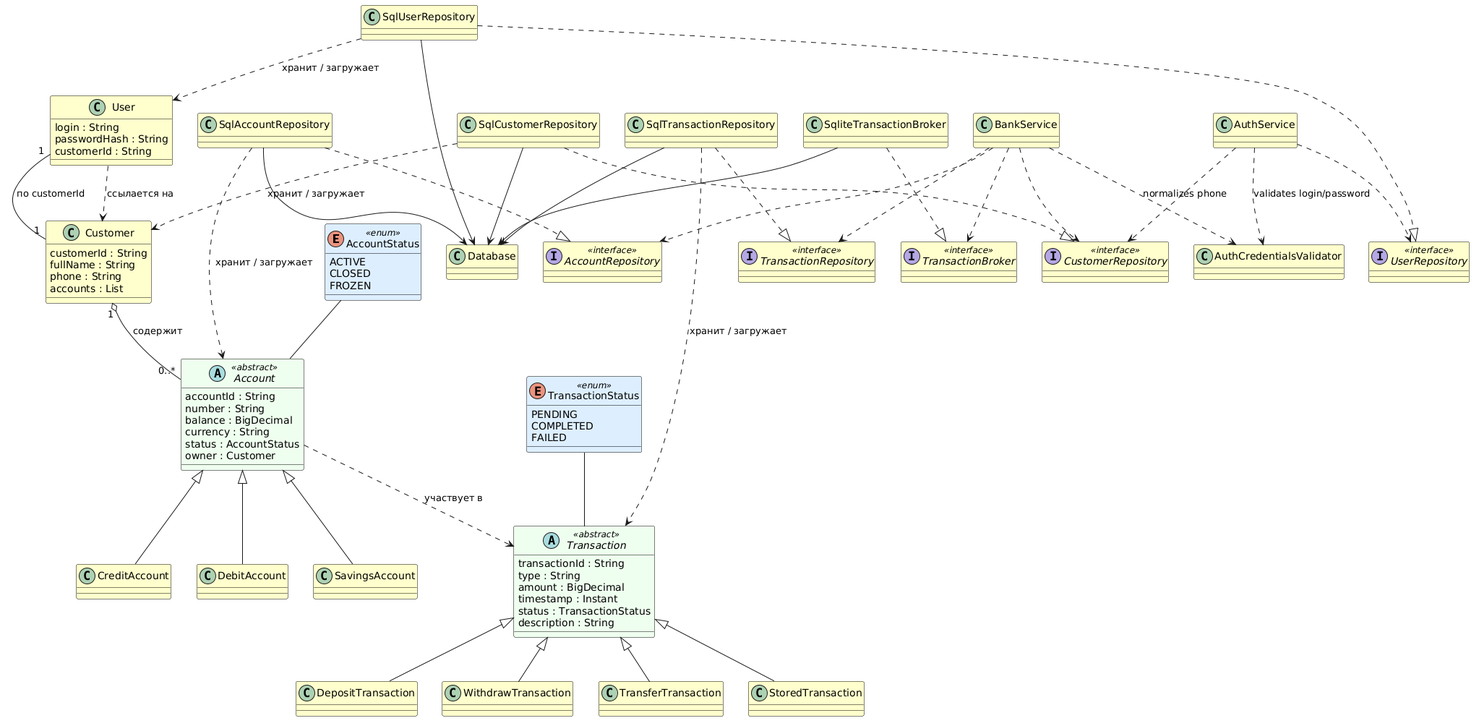
This is uml/class_diagram.png from kmozgovoj11-rgb/bank_simulator, a PlantUML export, as it was before one commit. Source of this version:
```plantuml
@startuml
skinparam class {
    BackgroundColor #FFFFCC
    BackgroundColor<<enum>> #DDEEFF
    BackgroundColor<<abstract>> #EEFFEE
    BorderColor Black
}
enum AccountStatus <<enum>> {
    ACTIVE
    CLOSED
    FROZEN
}
enum TransactionStatus <<enum>> {
    PENDING
    COMPLETED
    FAILED
}
class Customer {
    customerId : String
    fullName : String
    phone : String
    accounts : List
}
class User {
    login : String
    passwordHash : String
    customerId : String
}
abstract class Account <<abstract>> {
    accountId : String
    number : String
    balance : BigDecimal
    currency : String
    status : AccountStatus
    owner : Customer
}
class DebitAccount
class SavingsAccount
class CreditAccount
abstract class Transaction <<abstract>> {
    transactionId : String
    type : String
    amount : BigDecimal
    timestamp : Instant
    status : TransactionStatus
    description : String
}
class DepositTransaction
class WithdrawTransaction
class TransferTransaction
class StoredTransaction
User "1" -- "1" Customer : по customerId
Customer "1" o-- "0..*" Account : содержит
AccountStatus -- Account
User ..> Customer : ссылается на
Account <|-- DebitAccount
Account <|-- SavingsAccount
Account <|-- CreditAccount
TransactionStatus -- Transaction
Account ..> Transaction : участвует в
Transaction <|-- DepositTransaction
Transaction <|-- WithdrawTransaction
Transaction <|-- TransferTransaction
Transaction <|-- StoredTransaction
interface AccountRepository <<interface>>
interface UserRepository <<interface>>
interface CustomerRepository <<interface>>
interface TransactionRepository <<interface>>
interface TransactionBroker <<interface>>
class SqlAccountRepository
class SqlUserRepository
class SqlCustomerRepository
class SqlTransactionRepository
class SqliteTransactionBroker
class Database
SqlAccountRepository ..|> AccountRepository
SqlUserRepository ..|> UserRepository
SqlCustomerRepository ..|> CustomerRepository
SqlTransactionRepository ..|> TransactionRepository
SqliteTransactionBroker ..|> TransactionBroker
SqlAccountRepository --> Database
SqlUserRepository --> Database
SqlCustomerRepository --> Database
SqlTransactionRepository --> Database
SqliteTransactionBroker --> Database
SqlUserRepository ..> User : хранит / загружает
SqlAccountRepository ..> Account : хранит / загружает
SqlCustomerRepository ..> Customer : хранит / загружает
SqlTransactionRepository ..> Transaction : хранит / загружает
class BankService
class AuthService
class AuthCredentialsValidator

BankService ..> AccountRepository
BankService ..> CustomerRepository
BankService ..> TransactionRepository
BankService ..> TransactionBroker
BankService ..> AuthCredentialsValidator : normalizes phone

AuthService ..> UserRepository
AuthService ..> CustomerRepository
AuthService ..> AuthCredentialsValidator : validates login/password
@enduml
```
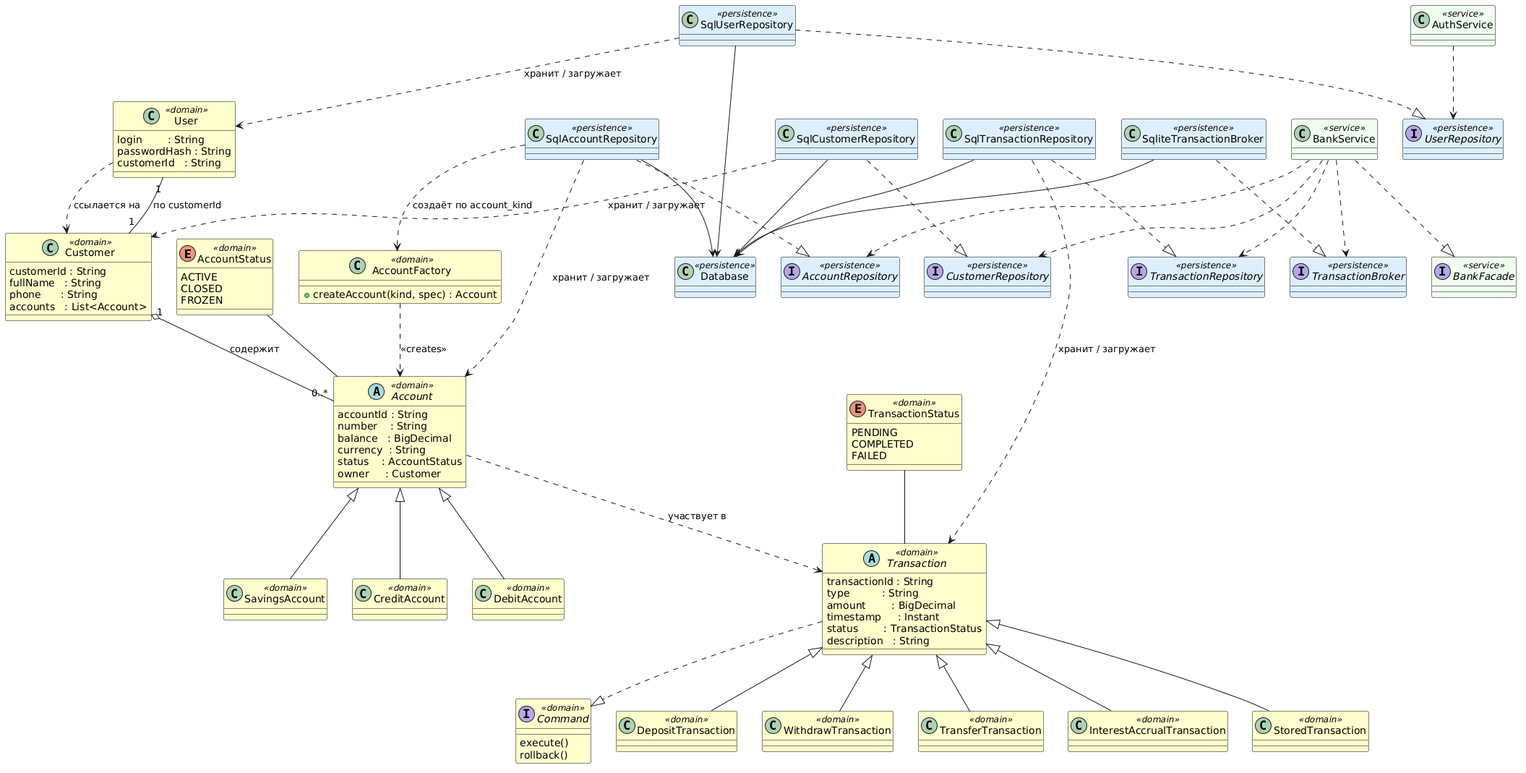
The same diagram one commit later.

Change to the diagram source:
```diff
@@ -1,103 +1,136 @@
 @startuml
 skinparam class {
-    BackgroundColor #FFFFCC
-    BackgroundColor<<enum>> #DDEEFF
-    BackgroundColor<<abstract>> #EEFFEE
+    BackgroundColor<<domain>>      #FFFFCC
+    BackgroundColor<<persistence>> #DDEEFF
+    BackgroundColor<<service>>     #EEFFEE
     BorderColor Black
 }
-enum AccountStatus <<enum>> {
+
+enum AccountStatus <<domain>> {
     ACTIVE
     CLOSED
     FROZEN
 }
-enum TransactionStatus <<enum>> {
+
+enum TransactionStatus <<domain>> {
     PENDING
     COMPLETED
     FAILED
 }
-class Customer {
+
+class Customer <<domain>> {
     customerId : String
-    fullName : String
-    phone : String
-    accounts : List
+    fullName   : String
+    phone      : String
+    accounts   : List<Account>
 }
-class User {
-    login : String
+
+class User <<domain>> {
+    login        : String
     passwordHash : String
-    customerId : String
+    customerId   : String
 }
-abstract class Account <<abstract>> {
+
+abstract class Account <<domain>> {
     accountId : String
-    number : String
-    balance : BigDecimal
-    currency : String
-    status : AccountStatus
-    owner : Customer
+    number    : String
+    balance   : BigDecimal
+    currency  : String
+    status    : AccountStatus
+    owner     : Customer
 }
-class DebitAccount
-class SavingsAccount
-class CreditAccount
-abstract class Transaction <<abstract>> {
+
+class DebitAccount   <<domain>>
+class SavingsAccount <<domain>>
+class CreditAccount  <<domain>>
+
+interface Command <<domain>> {
+    execute()
+    rollback()
+}
+
+abstract class Transaction <<domain>> {
     transactionId : String
-    type : String
-    amount : BigDecimal
-    timestamp : Instant
-    status : TransactionStatus
-    description : String
+    type          : String
+    amount        : BigDecimal
+    timestamp     : Instant
+    status        : TransactionStatus
+    description   : String
 }
-class DepositTransaction
-class WithdrawTransaction
-class TransferTransaction
-class StoredTransaction
+
+class DepositTransaction         <<domain>>
+class WithdrawTransaction        <<domain>>
+class TransferTransaction        <<domain>>
+class InterestAccrualTransaction <<domain>>
+class StoredTransaction          <<domain>>
+
+class AccountFactory <<domain>> {
+    +createAccount(kind, spec) : Account
+}
+
 User "1" -- "1" Customer : по customerId
+
 Customer "1" o-- "0..*" Account : содержит
 AccountStatus -- Account
 User ..> Customer : ссылается на
+
 Account <|-- DebitAccount
 Account <|-- SavingsAccount
 Account <|-- CreditAccount
+
 TransactionStatus -- Transaction
 Account ..> Transaction : участвует в
+
+Transaction ..|> Command
 Transaction <|-- DepositTransaction
 Transaction <|-- WithdrawTransaction
 Transaction <|-- TransferTransaction
+Transaction <|-- InterestAccrualTransaction
 Transaction <|-- StoredTransaction
-interface AccountRepository <<interface>>
-interface UserRepository <<interface>>
-interface CustomerRepository <<interface>>
-interface TransactionRepository <<interface>>
-interface TransactionBroker <<interface>>
-class SqlAccountRepository
-class SqlUserRepository
-class SqlCustomerRepository
-class SqlTransactionRepository
-class SqliteTransactionBroker
-class Database
-SqlAccountRepository ..|> AccountRepository
-SqlUserRepository ..|> UserRepository
-SqlCustomerRepository ..|> CustomerRepository
+
+AccountFactory ..> Account : <<creates>>
+
+interface AccountRepository     <<persistence>>
+interface UserRepository        <<persistence>>
+interface CustomerRepository    <<persistence>>
+interface TransactionRepository <<persistence>>
+interface TransactionBroker     <<persistence>>
+
+class SqlAccountRepository      <<persistence>>
+class SqlUserRepository         <<persistence>>
+class SqlCustomerRepository     <<persistence>>
+class SqlTransactionRepository  <<persistence>>
+class SqliteTransactionBroker   <<persistence>>
+class Database                  <<persistence>>
+
+SqlAccountRepository     ..|> AccountRepository
+SqlUserRepository        ..|> UserRepository
+SqlCustomerRepository    ..|> CustomerRepository
 SqlTransactionRepository ..|> TransactionRepository
-SqliteTransactionBroker ..|> TransactionBroker
-SqlAccountRepository --> Database
-SqlUserRepository --> Database
-SqlCustomerRepository --> Database
+SqliteTransactionBroker  ..|> TransactionBroker
+
+SqlAccountRepository     --> Database
+SqlUserRepository        --> Database
+SqlCustomerRepository    --> Database
 SqlTransactionRepository --> Database
-SqliteTransactionBroker --> Database
-SqlUserRepository ..> User : хранит / загружает
-SqlAccountRepository ..> Account : хранит / загружает
-SqlCustomerRepository ..> Customer : хранит / загружает
+SqliteTransactionBroker  --> Database
+
+SqlUserRepository        ..> User        : хранит / загружает
+SqlAccountRepository     ..> Account     : хранит / загружает
+SqlAccountRepository     ..> AccountFactory : создаёт по account_kind
+SqlCustomerRepository    ..> Customer    : хранит / загружает
 SqlTransactionRepository ..> Transaction : хранит / загружает
-class BankService
-class AuthService
-class AuthCredentialsValidator
 
+interface BankFacade <<service>>
+
+class BankService <<service>>
+class AuthService <<service>>
+
+BankService ..|> BankFacade
 BankService ..> AccountRepository
 BankService ..> CustomerRepository
 BankService ..> TransactionRepository
 BankService ..> TransactionBroker
-BankService ..> AuthCredentialsValidator : normalizes phone
 
 AuthService ..> UserRepository
-AuthService ..> CustomerRepository
-AuthService ..> AuthCredentialsValidator : validates login/password
 @enduml
```
